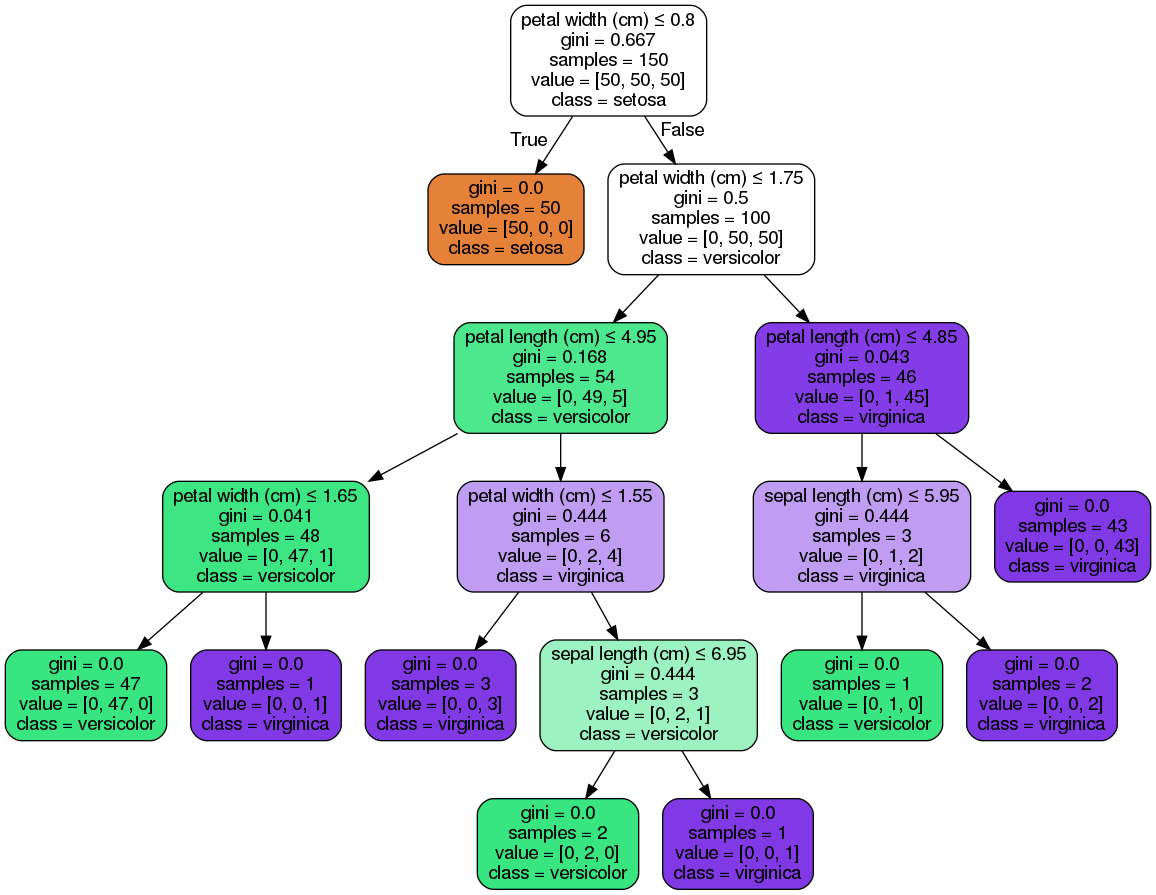
Earlier version of the Graphviz export 5 - Random Forests/iris_dt.png (erachelson/IntroML). Its source is kept beside it as 5 - Random Forests/iris_dt.dot.
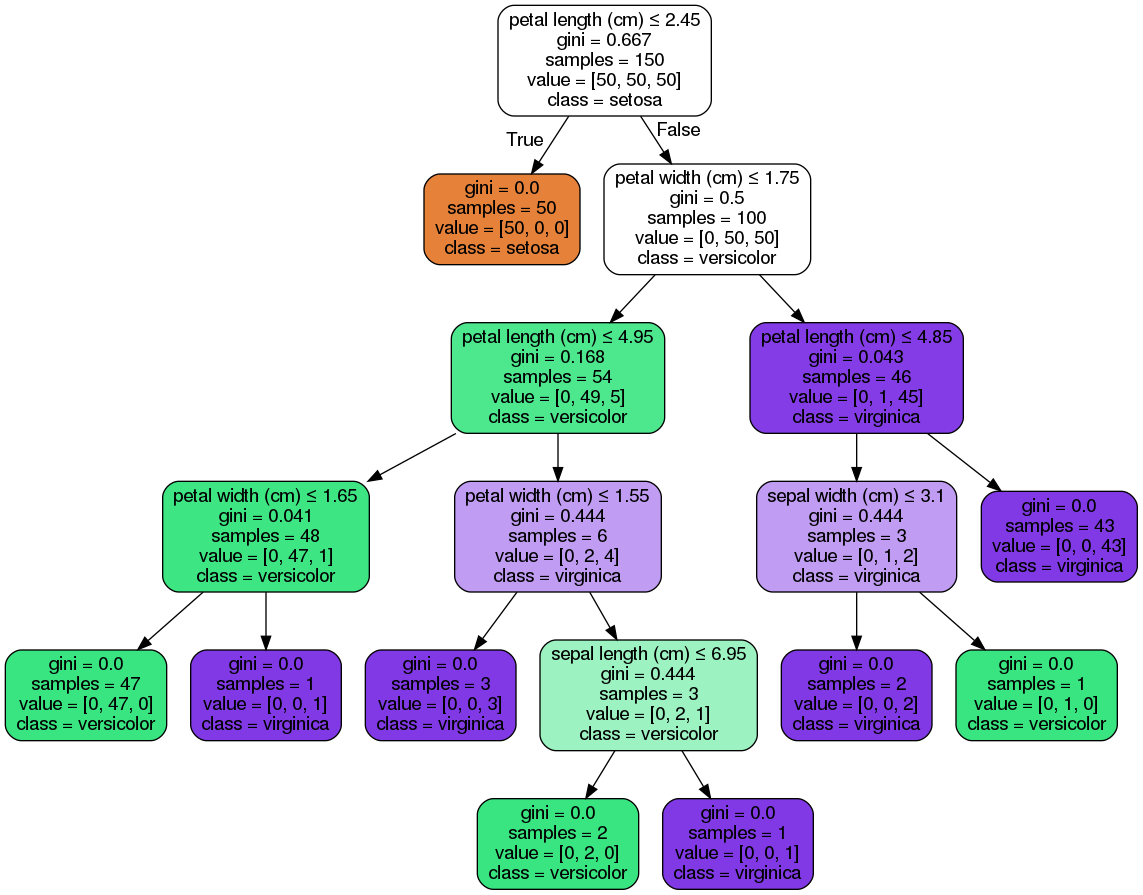
After the change.

Change to the diagram source:
```diff
@@ -1,7 +1,7 @@
 digraph Tree {
 node [shape=box, style="filled, rounded", color="black", fontname=helvetica] ;
 edge [fontname=helvetica] ;
-0 [label=<petal width (cm) &le; 0.8<br/>gini = 0.667<br/>samples = 150<br/>value = [50, 50, 50]<br/>class = setosa>, fillcolor="#e5813900"] ;
+0 [label=<petal length (cm) &le; 2.45<br/>gini = 0.667<br/>samples = 150<br/>value = [50, 50, 50]<br/>class = setosa>, fillcolor="#e5813900"] ;
 1 [label=<gini = 0.0<br/>samples = 50<br/>value = [50, 0, 0]<br/>class = setosa>, fillcolor="#e58139ff"] ;
 0 -> 1 [labeldistance=2.5, labelangle=45, headlabel="True"] ;
 2 [label=<petal width (cm) &le; 1.75<br/>gini = 0.5<br/>samples = 100<br/>value = [0, 50, 50]<br/>class = versicolor>, fillcolor="#39e58100"] ;
@@ -26,11 +26,11 @@
 9 -> 11 ;
 12 [label=<petal length (cm) &le; 4.85<br/>gini = 0.043<br/>samples = 46<br/>value = [0, 1, 45]<br/>class = virginica>, fillcolor="#8139e5f9"] ;
 2 -> 12 ;
-13 [label=<sepal length (cm) &le; 5.95<br/>gini = 0.444<br/>samples = 3<br/>value = [0, 1, 2]<br/>class = virginica>, fillcolor="#8139e57f"] ;
+13 [label=<sepal width (cm) &le; 3.1<br/>gini = 0.444<br/>samples = 3<br/>value = [0, 1, 2]<br/>class = virginica>, fillcolor="#8139e57f"] ;
 12 -> 13 ;
-14 [label=<gini = 0.0<br/>samples = 1<br/>value = [0, 1, 0]<br/>class = versicolor>, fillcolor="#39e581ff"] ;
+14 [label=<gini = 0.0<br/>samples = 2<br/>value = [0, 0, 2]<br/>class = virginica>, fillcolor="#8139e5ff"] ;
 13 -> 14 ;
-15 [label=<gini = 0.0<br/>samples = 2<br/>value = [0, 0, 2]<br/>class = virginica>, fillcolor="#8139e5ff"] ;
+15 [label=<gini = 0.0<br/>samples = 1<br/>value = [0, 1, 0]<br/>class = versicolor>, fillcolor="#39e581ff"] ;
 13 -> 15 ;
 16 [label=<gini = 0.0<br/>samples = 43<br/>value = [0, 0, 43]<br/>class = virginica>, fillcolor="#8139e5ff"] ;
 12 -> 16 ;
```
